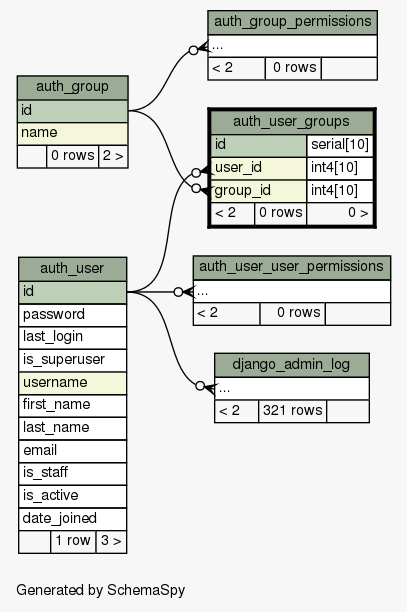
The Graphviz diagram database/schema/diagrams/auth_user_groups.2degrees.png in jingyayeah/multiscale-galactose, before a commit. Its source is kept beside it as database/schema/diagrams/auth_user_groups.2degrees.dot.
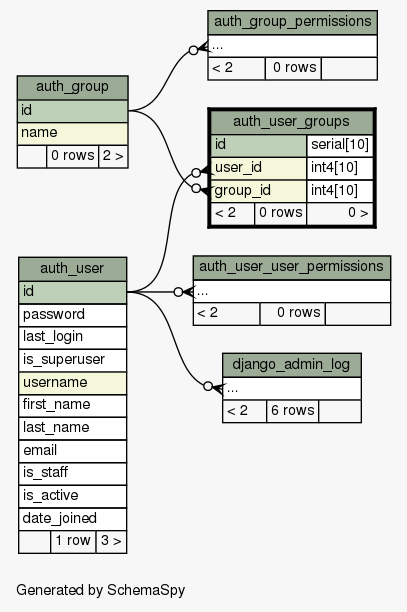
After the change.

Change to the diagram source:
```diff
@@ -90,7 +90,7 @@
     <TABLE BORDER="0" CELLBORDER="1" CELLSPACING="0" BGCOLOR="#ffffff">
       <TR><TD COLSPAN="3" BGCOLOR="#9bab96" ALIGN="CENTER">django_admin_log</TD></TR>
       <TR><TD PORT="elipses" COLSPAN="3" ALIGN="LEFT">...</TD></TR>
-      <TR><TD ALIGN="LEFT" BGCOLOR="#f7f7f7">&lt; 2</TD><TD ALIGN="RIGHT" BGCOLOR="#f7f7f7">321 rows</TD><TD ALIGN="RIGHT" BGCOLOR="#f7f7f7">  </TD></TR>
+      <TR><TD ALIGN="LEFT" BGCOLOR="#f7f7f7">&lt; 2</TD><TD ALIGN="RIGHT" BGCOLOR="#f7f7f7">6 rows</TD><TD ALIGN="RIGHT" BGCOLOR="#f7f7f7">  </TD></TR>
     </TABLE>>
     URL="django_admin_log.html"
     tooltip="django_admin_log"
```
